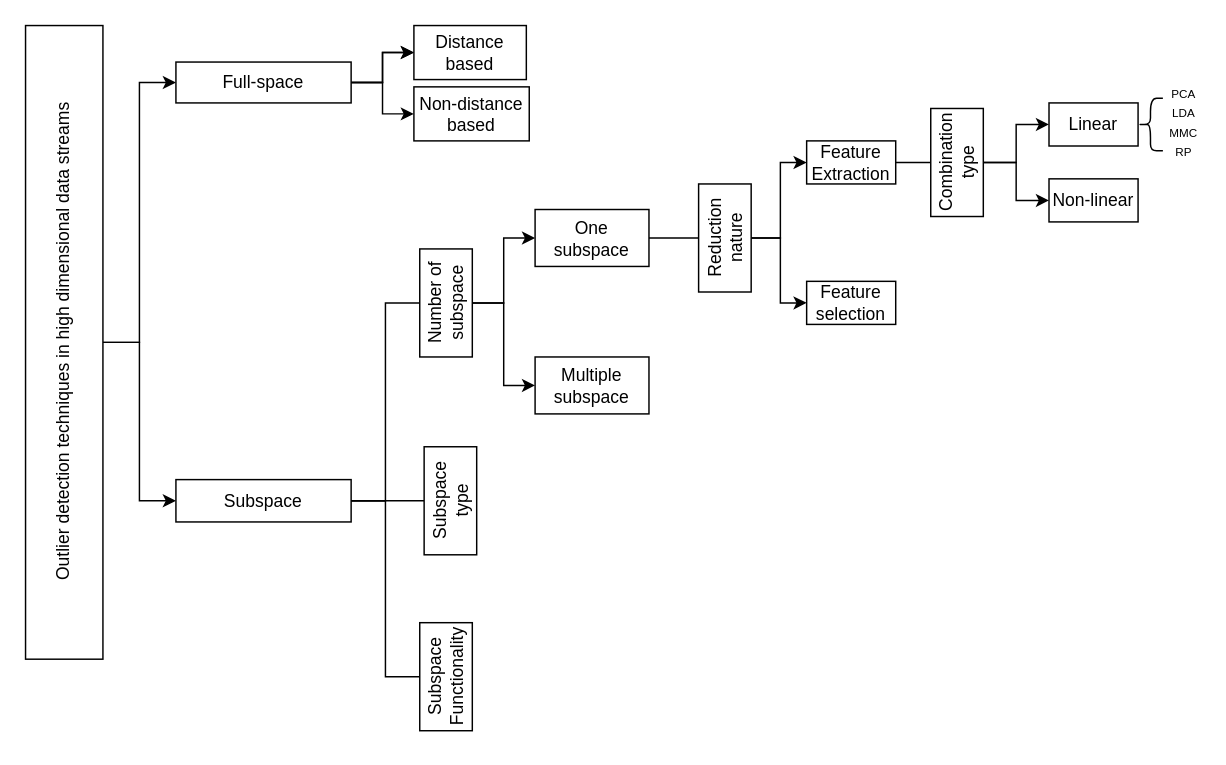
Earlier version of the draw.io diagram page 5 of 5 of 系统架构图.drawio (LiLiJacky/graphData). Source tidied: cells renumbered, new cells numbered last; positions are measured from the earlier drawing's top-left corner, leaving out a move shared by most shapes. Both pictures are drawn from the tidied source at 146%, with x=0, y=0 at pixel (25, 25).
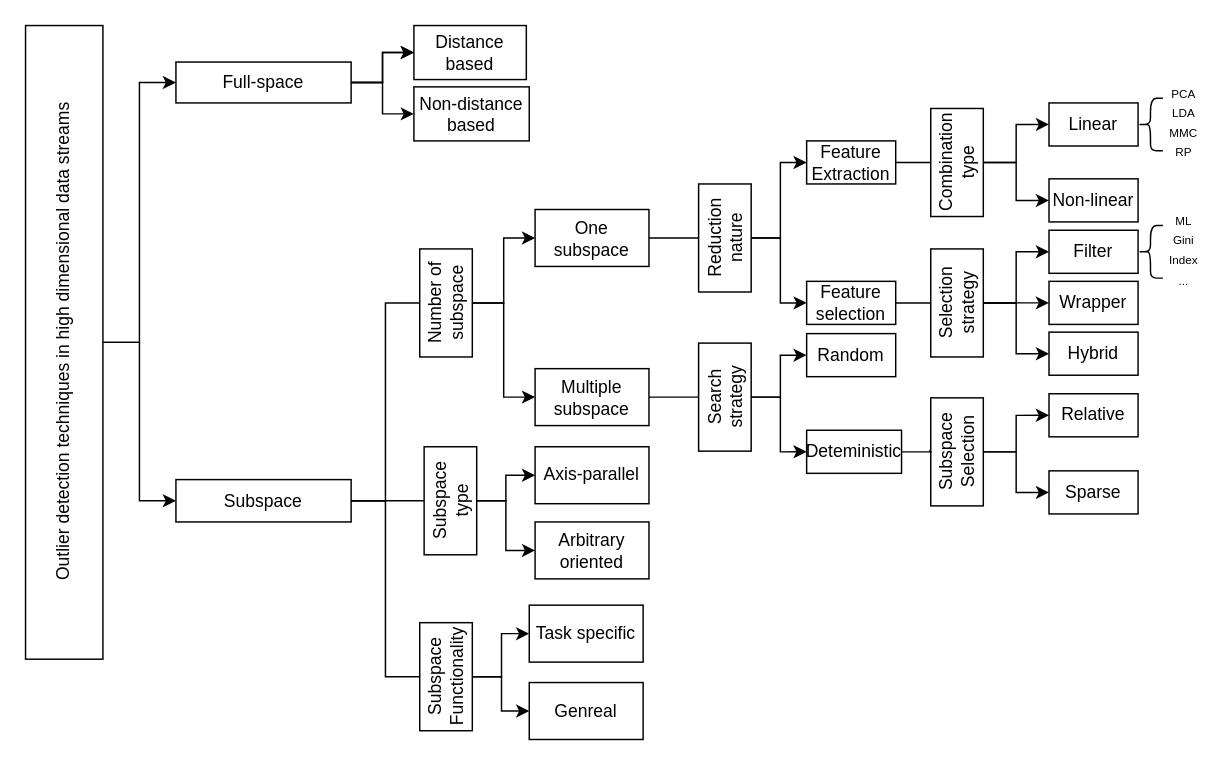
Above is the later version.

Commit message:
更新系统架构图.drawio

The change refers to these unchanged cells:
```xml
<mxCell id="17" value="Subspace type" style="whiteSpace=wrap;html=1;rounded=0;horizontal=0;" parent="1" vertex="1">
  <mxGeometry x="273" y="288.5" width="36" height="74" as="geometry" />
</mxCell>
<mxCell id="18" value="Subspace Functionality" style="whiteSpace=wrap;html=1;rounded=0;horizontal=0;" parent="1" vertex="1">
  <mxGeometry x="270" y="409" width="36" height="74" as="geometry" />
</mxCell>
<mxCell id="27" value="Feature selection" style="whiteSpace=wrap;html=1;rounded=0;" parent="1" vertex="1">
  <mxGeometry x="535" y="175.2" width="61" height="29.5" as="geometry" />
</mxCell>
```

Diff of the diagram source:
```diff
@@
+    <mxCell id="39" style="edgeStyle=orthogonalEdgeStyle;rounded=0;jettySize=auto;html=1;entryX=0;entryY=0.5;entryDx=0;entryDy=0;" parent="1" edge="1" source="17" target="68">
+      <mxGeometry relative="1" as="geometry" />
+    </mxCell>
+    <mxCell id="40" style="edgeStyle=orthogonalEdgeStyle;rounded=0;jettySize=auto;html=1;entryX=0;entryY=0.5;entryDx=0;entryDy=0;" parent="1" edge="1" source="17" target="69">
+      <mxGeometry relative="1" as="geometry" />
+    </mxCell>
@@
+    <mxCell id="41" style="edgeStyle=orthogonalEdgeStyle;rounded=0;jettySize=auto;html=1;entryX=0;entryY=0.5;entryDx=0;entryDy=0;" parent="1" edge="1" source="18" target="70">
+      <mxGeometry relative="1" as="geometry" />
+    </mxCell>
+    <mxCell id="42" style="edgeStyle=orthogonalEdgeStyle;rounded=0;jettySize=auto;html=1;" parent="1" edge="1" source="18" target="71">
+      <mxGeometry relative="1" as="geometry" />
+    </mxCell>
@@
     <mxCell id="22" value="Multiple subspace" style="whiteSpace=wrap;html=1;rounded=0;" parent="1" vertex="1">
-      <mxGeometry x="349" y="227" width="78" height="39" as="geometry" />
+      <mxGeometry x="349" y="235" width="78" height="39" as="geometry" />
     </mxCell>
@@
+    <mxCell id="43" style="edgeStyle=orthogonalEdgeStyle;rounded=0;jettySize=auto;html=1;endArrow=none;endFill=0;" parent="1" edge="1" source="27" target="47">
+      <mxGeometry relative="1" as="geometry" />
+    </mxCell>
+    <mxCell id="44" style="edgeStyle=orthogonalEdgeStyle;rounded=0;jettySize=auto;html=1;entryX=0;entryY=0.5;entryDx=0;entryDy=0;" parent="1" edge="1" source="47" target="48">
+      <mxGeometry relative="1" as="geometry" />
+    </mxCell>
+    <mxCell id="45" style="edgeStyle=orthogonalEdgeStyle;rounded=0;jettySize=auto;html=1;entryX=0;entryY=0.5;entryDx=0;entryDy=0;" parent="1" edge="1" source="47" target="49">
+      <mxGeometry relative="1" as="geometry" />
+    </mxCell>
+    <mxCell id="46" style="edgeStyle=orthogonalEdgeStyle;rounded=0;jettySize=auto;html=1;" parent="1" edge="1" source="47" target="55">
+      <mxGeometry relative="1" as="geometry" />
+    </mxCell>
+    <mxCell id="47" value="Selection strategy" style="whiteSpace=wrap;html=1;rounded=0;horizontal=0;" parent="1" vertex="1">
+      <mxGeometry x="620" y="153" width="36" height="74" as="geometry" />
+    </mxCell>
+    <mxCell id="48" value="Filter" style="whiteSpace=wrap;html=1;rounded=0;" parent="1" vertex="1">
+      <mxGeometry x="701" y="140.2" width="61" height="29.5" as="geometry" />
+    </mxCell>
+    <mxCell id="49" value="Wrapper" style="whiteSpace=wrap;html=1;rounded=0;" parent="1" vertex="1">
+      <mxGeometry x="701" y="175.2" width="61" height="29.5" as="geometry" />
+    </mxCell>
+    <mxCell id="50" style="shape=curlyBracket;whiteSpace=wrap;html=1;rounded=1;labelPosition=left;verticalLabelPosition=middle;align=right;verticalAlign=middle;" parent="1" vertex="1">
+      <mxGeometry x="762" y="137" width="17" height="36" as="geometry" />
+    </mxCell>
+    <mxCell id="51" value="&lt;font style=&quot;font-size: 8px;&quot;&gt;ML&lt;/font&gt;" style="text;html=1;strokeColor=none;fillColor=none;align=center;verticalAlign=middle;whiteSpace=wrap;rounded=0;" parent="1" vertex="1">
+      <mxGeometry x="782" y="125.5" width="23" height="14.8" as="geometry" />
+    </mxCell>
+    <mxCell id="52" value="&lt;font style=&quot;font-size: 8px;&quot;&gt;Gini&lt;/font&gt;" style="text;html=1;strokeColor=none;fillColor=none;align=center;verticalAlign=middle;whiteSpace=wrap;rounded=0;" parent="1" vertex="1">
+      <mxGeometry x="782" y="138.4" width="23" height="14.8" as="geometry" />
+    </mxCell>
+    <mxCell id="53" value="&lt;font style=&quot;font-size: 8px;&quot;&gt;Index&lt;/font&gt;" style="text;html=1;strokeColor=none;fillColor=none;align=center;verticalAlign=middle;whiteSpace=wrap;rounded=0;" parent="1" vertex="1">
+      <mxGeometry x="782" y="153" width="23" height="14.8" as="geometry" />
+    </mxCell>
+    <mxCell id="54" value="&lt;font style=&quot;font-size: 8px;&quot;&gt;...&lt;/font&gt;" style="text;html=1;strokeColor=none;fillColor=none;align=center;verticalAlign=middle;whiteSpace=wrap;rounded=0;" parent="1" vertex="1">
+      <mxGeometry x="782" y="166.2" width="23" height="14.8" as="geometry" />
+    </mxCell>
+    <mxCell id="55" value="Hybrid" style="whiteSpace=wrap;html=1;rounded=0;" parent="1" vertex="1">
+      <mxGeometry x="701" y="210" width="61" height="29.5" as="geometry" />
+    </mxCell>
+    <mxCell id="56" style="edgeStyle=orthogonalEdgeStyle;rounded=0;jettySize=auto;html=1;endArrow=none;endFill=0;exitX=1;exitY=0.5;exitDx=0;exitDy=0;" parent="1" edge="1" source="22" target="59">
+      <mxGeometry relative="1" as="geometry" />
+    </mxCell>
+    <mxCell id="57" style="edgeStyle=orthogonalEdgeStyle;rounded=0;jettySize=auto;html=1;" parent="1" edge="1" source="59" target="60">
+      <mxGeometry relative="1" as="geometry" />
+    </mxCell>
+    <mxCell id="58" style="edgeStyle=orthogonalEdgeStyle;rounded=0;jettySize=auto;html=1;entryX=0;entryY=0.5;entryDx=0;entryDy=0;" parent="1" edge="1" source="59" target="61">
+      <mxGeometry relative="1" as="geometry" />
+    </mxCell>
+    <mxCell id="59" value="Search strategy" style="whiteSpace=wrap;html=1;rounded=0;horizontal=0;" parent="1" vertex="1">
+      <mxGeometry x="461" y="217.5" width="36" height="74" as="geometry" />
+    </mxCell>
+    <mxCell id="60" value="Random" style="whiteSpace=wrap;html=1;rounded=0;" parent="1" vertex="1">
+      <mxGeometry x="535" y="211" width="61" height="29.5" as="geometry" />
+    </mxCell>
+    <mxCell id="61" value="Deteministic" style="whiteSpace=wrap;html=1;rounded=0;" parent="1" vertex="1">
+      <mxGeometry x="535" y="277.2" width="65" height="29.5" as="geometry" />
+    </mxCell>
+    <mxCell id="62" style="edgeStyle=orthogonalEdgeStyle;rounded=0;jettySize=auto;html=1;entryX=0;entryY=0.5;entryDx=0;entryDy=0;" parent="1" edge="1" source="64" target="65">
+      <mxGeometry relative="1" as="geometry" />
+    </mxCell>
+    <mxCell id="63" style="edgeStyle=orthogonalEdgeStyle;rounded=0;jettySize=auto;html=1;" parent="1" edge="1" source="64" target="66">
+      <mxGeometry relative="1" as="geometry" />
+    </mxCell>
+    <mxCell id="64" value="Subspace Selection" style="whiteSpace=wrap;html=1;rounded=0;horizontal=0;" parent="1" vertex="1">
+      <mxGeometry x="620" y="255" width="36" height="74" as="geometry" />
+    </mxCell>
+    <mxCell id="65" value="Relative" style="whiteSpace=wrap;html=1;rounded=0;" parent="1" vertex="1">
+      <mxGeometry x="701" y="252.2" width="61" height="29.5" as="geometry" />
+    </mxCell>
+    <mxCell id="66" value="Sparse" style="whiteSpace=wrap;html=1;rounded=0;" parent="1" vertex="1">
+      <mxGeometry x="701" y="305" width="61" height="29.5" as="geometry" />
+    </mxCell>
+    <mxCell id="67" style="edgeStyle=orthogonalEdgeStyle;rounded=0;jettySize=auto;html=1;endArrow=none;endFill=0;" parent="1" edge="1" source="61">
+      <mxGeometry relative="1" as="geometry">
+        <mxPoint x="619" y="291" as="targetPoint" />
+      </mxGeometry>
+    </mxCell>
+    <mxCell id="68" value="Axis-parallel" style="whiteSpace=wrap;html=1;rounded=0;" parent="1" vertex="1">
+      <mxGeometry x="349" y="288.5" width="78" height="39" as="geometry" />
+    </mxCell>
+    <mxCell id="69" value="Arbitrary oriented" style="whiteSpace=wrap;html=1;rounded=0;" parent="1" vertex="1">
+      <mxGeometry x="349" y="340" width="78" height="39" as="geometry" />
+    </mxCell>
+    <mxCell id="70" value="Task specific" style="whiteSpace=wrap;html=1;rounded=0;" parent="1" vertex="1">
+      <mxGeometry x="345" y="397" width="78" height="39" as="geometry" />
+    </mxCell>
+    <mxCell id="71" value="Genreal" style="whiteSpace=wrap;html=1;rounded=0;" parent="1" vertex="1">
+      <mxGeometry x="345" y="450" width="78" height="39" as="geometry" />
+    </mxCell>
```
